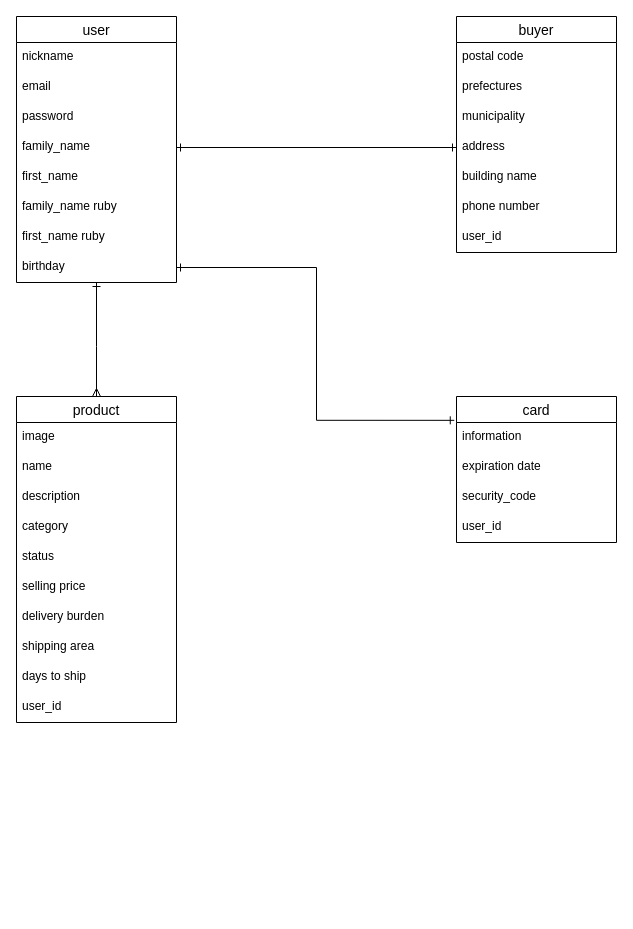
The draw.io diagram ER図.dio in 95yuki0305/furima-35586, before the edit. Source tidied: cells renumbered, new cells numbered last; positions are measured from the earlier drawing's top-left corner, leaving out a move shared by most shapes. Both pictures are drawn from the tidied source at 100%, with x=0, y=0 at pixel (16, 16).
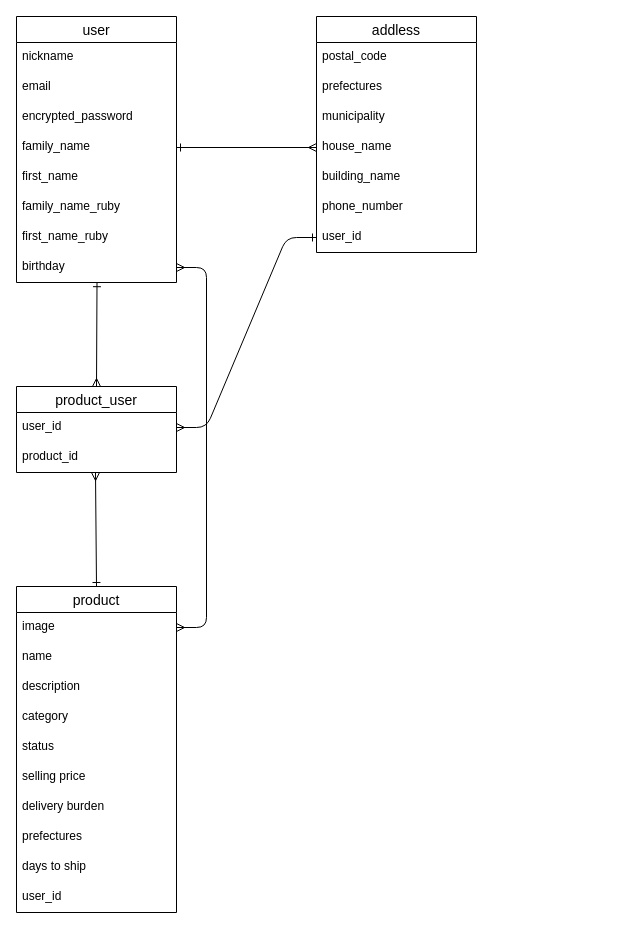
After the change.

Unchanged cells that the change refers to:
```xml
<mxCell id="2" value="user" style="swimlane;fontStyle=0;horizontal=1;startSize=26;align=center;fontSize=14;rounded=0;sketch=0;" parent="1" vertex="1">
  <mxGeometry width="160" height="266" as="geometry" />
</mxCell>
<mxCell id="6" value="family_name" style="text;strokeColor=none;fillColor=none;spacingLeft=4;spacingRight=4;overflow=hidden;points=[[0,0.5],[1,0.5]];portConstraint=eastwest;fontSize=12;" parent="2" vertex="1">
  <mxGeometry y="116" width="160" height="30" as="geometry" />
</mxCell>
<mxCell id="10" value="birthday" style="text;strokeColor=none;fillColor=none;spacingLeft=4;spacingRight=4;overflow=hidden;points=[[0,0.5],[1,0.5]];portConstraint=eastwest;fontSize=12;" parent="2" vertex="1">
  <mxGeometry y="236" width="160" height="30" as="geometry" />
</mxCell>
<mxCell id="23" value="user_id" style="text;strokeColor=none;fillColor=none;spacingLeft=4;spacingRight=4;overflow=hidden;points=[[0,0.5],[1,0.5]];portConstraint=eastwest;fontSize=12;" parent="16" vertex="1">
  <mxGeometry y="206" width="160" height="30" as="geometry" />
</mxCell>
<mxCell id="25" value="image" style="text;strokeColor=none;fillColor=none;spacingLeft=4;spacingRight=4;overflow=hidden;points=[[0,0.5],[1,0.5]];portConstraint=eastwest;fontSize=12;" parent="24" vertex="1">
  <mxGeometry y="26" width="160" height="30" as="geometry" />
</mxCell>
```

The edit, as a diff of the source:
```diff
@@
+    <mxCell id="38" style="endArrow=ERmany;html=1;rounded=0;exitX=0.5;exitY=0;exitDx=0;exitDy=0;startArrow=ERone;startFill=0;endFill=0;fontSize=11;" parent="1" edge="1" source="24">
+      <mxGeometry relative="1" as="geometry">
+        <mxPoint x="79" y="456" as="targetPoint" />
+      </mxGeometry>
+    </mxCell>
@@
-    <mxCell id="5" value="password" style="text;strokeColor=none;fillColor=none;spacingLeft=4;spacingRight=4;overflow=hidden;fontSize=12;" parent="2" vertex="1">
+    <mxCell id="5" value="encrypted_password" style="text;strokeColor=none;fillColor=none;spacingLeft=4;spacingRight=4;overflow=hidden;fontSize=12;" parent="2" vertex="1">
       <mxGeometry y="86" width="160" height="30" as="geometry" />
     </mxCell>
@@
-    <mxCell id="8" value="family_name ruby" style="text;strokeColor=none;fillColor=none;spacingLeft=4;spacingRight=4;overflow=hidden;fontSize=12;" parent="2" vertex="1">
+    <mxCell id="8" value="family_name_ruby" style="text;strokeColor=none;fillColor=none;spacingLeft=4;spacingRight=4;overflow=hidden;fontSize=12;" parent="2" vertex="1">
       <mxGeometry y="176" width="160" height="30" as="geometry" />
     </mxCell>
-    <mxCell id="9" value="first_name ruby" style="text;strokeColor=none;fillColor=none;spacingLeft=4;spacingRight=4;overflow=hidden;fontSize=12;" parent="2" vertex="1">
+    <mxCell id="9" value="first_name_ruby" style="text;strokeColor=none;fillColor=none;spacingLeft=4;spacingRight=4;overflow=hidden;fontSize=12;" parent="2" vertex="1">
       <mxGeometry y="206" width="160" height="30" as="geometry" />
     </mxCell>
@@
-    <mxCell id="11" value="card" style="swimlane;fontStyle=0;horizontal=1;startSize=26;align=center;fontSize=14;rounded=0;sketch=0;" parent="1" vertex="1">
-      <mxGeometry x="440" y="380" width="160" height="146" as="geometry" />
-    </mxCell>
-    <mxCell id="12" value="information" style="text;strokeColor=none;fillColor=none;spacingLeft=4;spacingRight=4;overflow=hidden;points=[[0,0.5],[1,0.5]];portConstraint=eastwest;fontSize=12;" parent="11" vertex="1">
-      <mxGeometry y="26" width="160" height="30" as="geometry" />
-    </mxCell>
-    <mxCell id="13" value="expiration date" style="text;strokeColor=none;fillColor=none;spacingLeft=4;spacingRight=4;overflow=hidden;fontSize=12;" parent="11" vertex="1">
-      <mxGeometry y="56" width="160" height="30" as="geometry" />
-    </mxCell>
-    <mxCell id="14" value="security_code" style="text;strokeColor=none;fillColor=none;spacingLeft=4;spacingRight=4;overflow=hidden;fontSize=12;" parent="11" vertex="1">
-      <mxGeometry y="86" width="160" height="30" as="geometry" />
-    </mxCell>
-    <mxCell id="15" value="user_id" style="text;strokeColor=none;fillColor=none;spacingLeft=4;spacingRight=4;overflow=hidden;points=[[0,0.5],[1,0.5]];portConstraint=eastwest;fontSize=12;" parent="11" vertex="1">
-      <mxGeometry y="116" width="160" height="30" as="geometry" />
-    </mxCell>
-    <mxCell id="16" value="buyer" style="swimlane;fontStyle=0;horizontal=1;startSize=26;align=center;fontSize=14;rounded=0;sketch=0;" parent="1" vertex="1">
-      <mxGeometry x="440" width="160" height="236" as="geometry" />
+    <mxCell id="16" value="addless" style="swimlane;fontStyle=0;horizontal=1;startSize=26;align=center;fontSize=14;rounded=0;sketch=0;" parent="1" vertex="1">
+      <mxGeometry x="300" width="160" height="236" as="geometry" />
     </mxCell>
-    <mxCell id="17" value="postal code" style="text;strokeColor=none;fillColor=none;spacingLeft=4;spacingRight=4;overflow=hidden;fontSize=12;" parent="16" vertex="1">
+    <mxCell id="17" value="postal_code" style="text;strokeColor=none;fillColor=none;spacingLeft=4;spacingRight=4;overflow=hidden;fontSize=12;" parent="16" vertex="1">
       <mxGeometry y="26" width="160" height="30" as="geometry" />
     </mxCell>
@@
-    <mxCell id="20" value="address" style="text;strokeColor=none;fillColor=none;spacingLeft=4;spacingRight=4;overflow=hidden;points=[[0,0.5],[1,0.5]];portConstraint=eastwest;fontSize=12;" parent="16" vertex="1">
+    <mxCell id="20" value="house_name" style="text;strokeColor=none;fillColor=none;spacingLeft=4;spacingRight=4;overflow=hidden;points=[[0,0.5],[1,0.5]];portConstraint=eastwest;fontSize=12;" parent="16" vertex="1">
       <mxGeometry y="116" width="160" height="30" as="geometry" />
     </mxCell>
-    <mxCell id="21" value="building name" style="text;strokeColor=none;fillColor=none;spacingLeft=4;spacingRight=4;overflow=hidden;fontSize=12;" parent="16" vertex="1">
+    <mxCell id="21" value="building_name" style="text;strokeColor=none;fillColor=none;spacingLeft=4;spacingRight=4;overflow=hidden;fontSize=12;" parent="16" vertex="1">
       <mxGeometry y="146" width="160" height="30" as="geometry" />
     </mxCell>
-    <mxCell id="22" value="phone number" style="text;strokeColor=none;fillColor=none;spacingLeft=4;spacingRight=4;overflow=hidden;fontSize=12;" parent="16" vertex="1">
+    <mxCell id="22" value="phone_number" style="text;strokeColor=none;fillColor=none;spacingLeft=4;spacingRight=4;overflow=hidden;fontSize=12;" parent="16" vertex="1">
       <mxGeometry y="176" width="160" height="30" as="geometry" />
     </mxCell>
@@
     <mxCell id="24" value="product" style="swimlane;fontStyle=0;horizontal=1;startSize=26;align=center;fontSize=14;rounded=0;sketch=0;" parent="1" vertex="1">
-      <mxGeometry y="380" width="160" height="326" as="geometry" />
+      <mxGeometry y="570" width="160" height="326" as="geometry" />
     </mxCell>
@@
-    <mxCell id="32" value="shipping area" style="text;strokeColor=none;fillColor=none;spacingLeft=4;spacingRight=4;overflow=hidden;fontSize=12;" parent="24" vertex="1">
+    <mxCell id="32" value="prefectures" style="text;strokeColor=none;fillColor=none;spacingLeft=4;spacingRight=4;overflow=hidden;fontSize=12;" parent="24" vertex="1">
       <mxGeometry y="236" width="160" height="30" as="geometry" />
     </mxCell>
@@
-    <mxCell id="35" style="endArrow=ERmany;html=1;rounded=0;startArrow=ERone;startFill=0;entryX=0.5;entryY=0;entryDx=0;entryDy=0;endFill=0;" parent="1" edge="1" source="10" target="24">
-      <mxGeometry relative="1" as="geometry">
-        <Array as="points">
-          <mxPoint x="80" y="330" />
-        </Array>
-      </mxGeometry>
-    </mxCell>
-    <mxCell id="36" style="edgeStyle=orthogonalEdgeStyle;rounded=0;jettySize=auto;html=1;exitX=1;exitY=0.5;exitDx=0;exitDy=0;entryX=0;entryY=0.5;entryDx=0;entryDy=0;startArrow=ERone;startFill=0;endArrow=ERone;endFill=0;" parent="1" edge="1" source="6" target="20">
+    <mxCell id="36" style="edgeStyle=orthogonalEdgeStyle;rounded=0;jettySize=auto;html=1;exitX=1;exitY=0.5;exitDx=0;exitDy=0;entryX=0;entryY=0.5;entryDx=0;entryDy=0;startArrow=ERone;startFill=0;endArrow=ERmany;endFill=0;" parent="1" edge="1" source="6" target="20">
       <mxGeometry relative="1" as="geometry" />
     </mxCell>
-    <mxCell id="37" style="edgeStyle=orthogonalEdgeStyle;rounded=0;jettySize=auto;html=1;exitX=1;exitY=0.5;exitDx=0;exitDy=0;entryX=-0.014;entryY=-0.072;entryDx=0;entryDy=0;entryPerimeter=0;startArrow=ERone;startFill=0;endArrow=ERone;endFill=0;" parent="1" edge="1" source="10" target="12">
-      <mxGeometry relative="1" as="geometry" />
-    </mxCell>
+    <mxCell id="39" value="product_user" style="swimlane;fontStyle=0;horizontal=1;startSize=26;align=center;fontSize=14;rounded=0;sketch=0;" parent="1" vertex="1">
+      <mxGeometry y="370" width="160" height="86" as="geometry" />
+    </mxCell>
+    <mxCell id="15" value="user_id" style="text;strokeColor=none;fillColor=none;spacingLeft=4;spacingRight=4;overflow=hidden;points=[[0,0.5],[1,0.5]];portConstraint=eastwest;fontSize=12;" parent="39" vertex="1">
+      <mxGeometry y="26" width="160" height="30" as="geometry" />
+    </mxCell>
+    <mxCell id="40" value="product_id" style="text;strokeColor=none;fillColor=none;spacingLeft=4;spacingRight=4;overflow=hidden;fontSize=12;" parent="39" vertex="1">
+      <mxGeometry y="56" width="160" height="30" as="geometry" />
+    </mxCell>
+    <mxCell id="41" style="endArrow=ERmany;html=1;rounded=0;exitX=0.503;exitY=1.006;exitDx=0;exitDy=0;exitPerimeter=0;entryX=0.5;entryY=0;entryDx=0;entryDy=0;endFill=0;startArrow=ERone;startFill=0;" parent="1" edge="1" target="39">
+      <mxGeometry relative="1" as="geometry">
+        <mxPoint x="80.5" y="266.2" as="sourcePoint" />
+      </mxGeometry>
+    </mxCell>
+    <mxCell id="42" style="edgeStyle=entityRelationEdgeStyle;fontSize=12;html=1;endArrow=ERmany;startArrow=ERmany;entryX=1;entryY=0.5;entryDx=0;entryDy=0;exitX=1;exitY=0.5;exitDx=0;exitDy=0;" parent="1" edge="1" source="25" target="10">
+      <mxGeometry relative="1" as="geometry" />
+    </mxCell>
+    <mxCell id="43" style="edgeStyle=entityRelationEdgeStyle;fontSize=12;html=1;endArrow=ERmany;startArrow=ERone;entryX=1;entryY=0.5;entryDx=0;entryDy=0;exitX=0;exitY=0.5;exitDx=0;exitDy=0;startFill=0;" parent="1" edge="1" source="23" target="15">
+      <mxGeometry relative="1" as="geometry" />
+    </mxCell>
```
